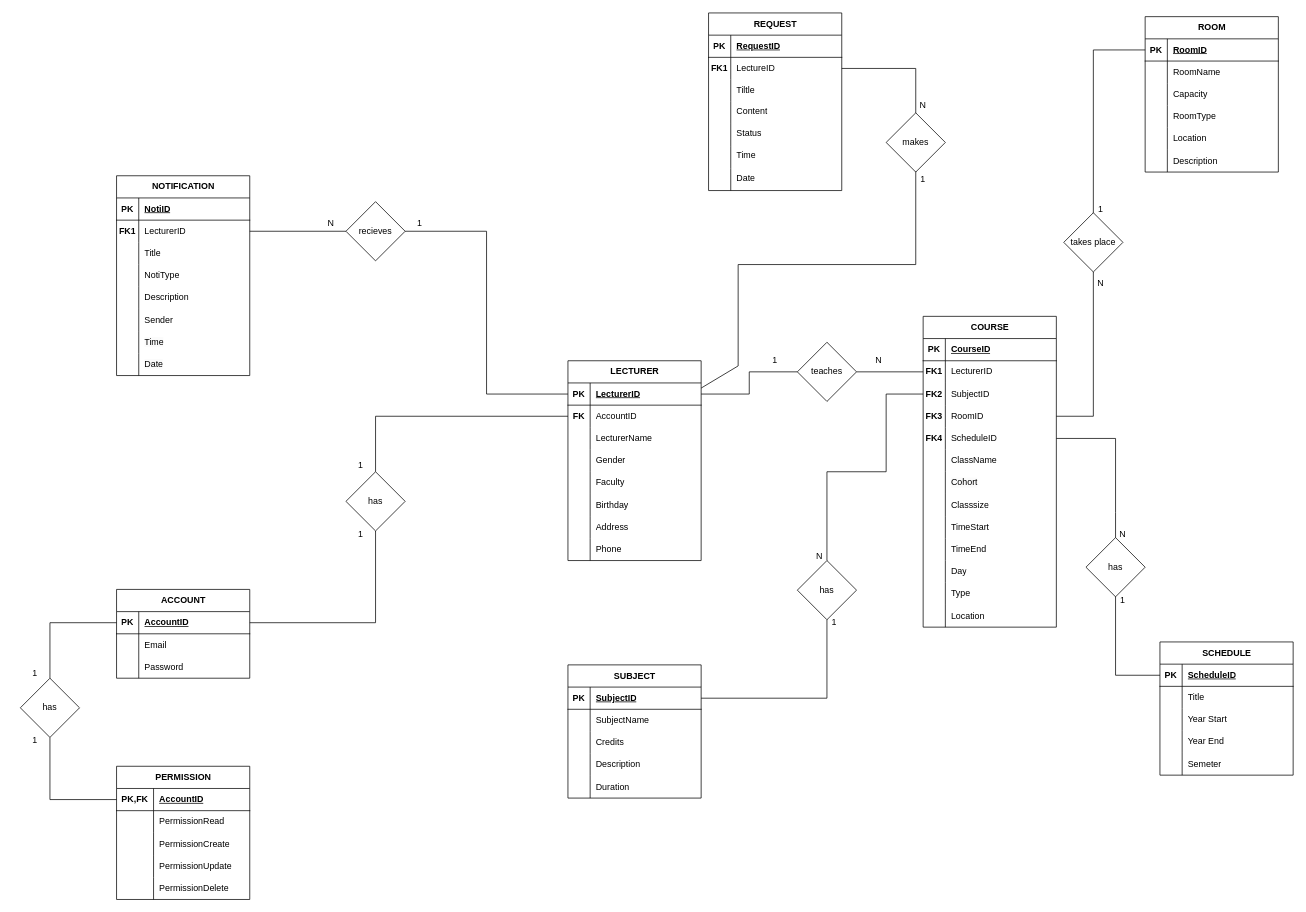
haovvv73/The-application-automatically-schedules-university-timetables keeps this draw.io diagram as page "database" (2 of 4) of schema/ERD (2).drawio. Above is the earlier version. Source tidied: cells renumbered, new cells numbered last; positions are measured from the earlier drawing's top-left corner, leaving out a move shared by most shapes. Both pictures are drawn from the tidied source at 74%, with x=0, y=0 at pixel (13, 13).
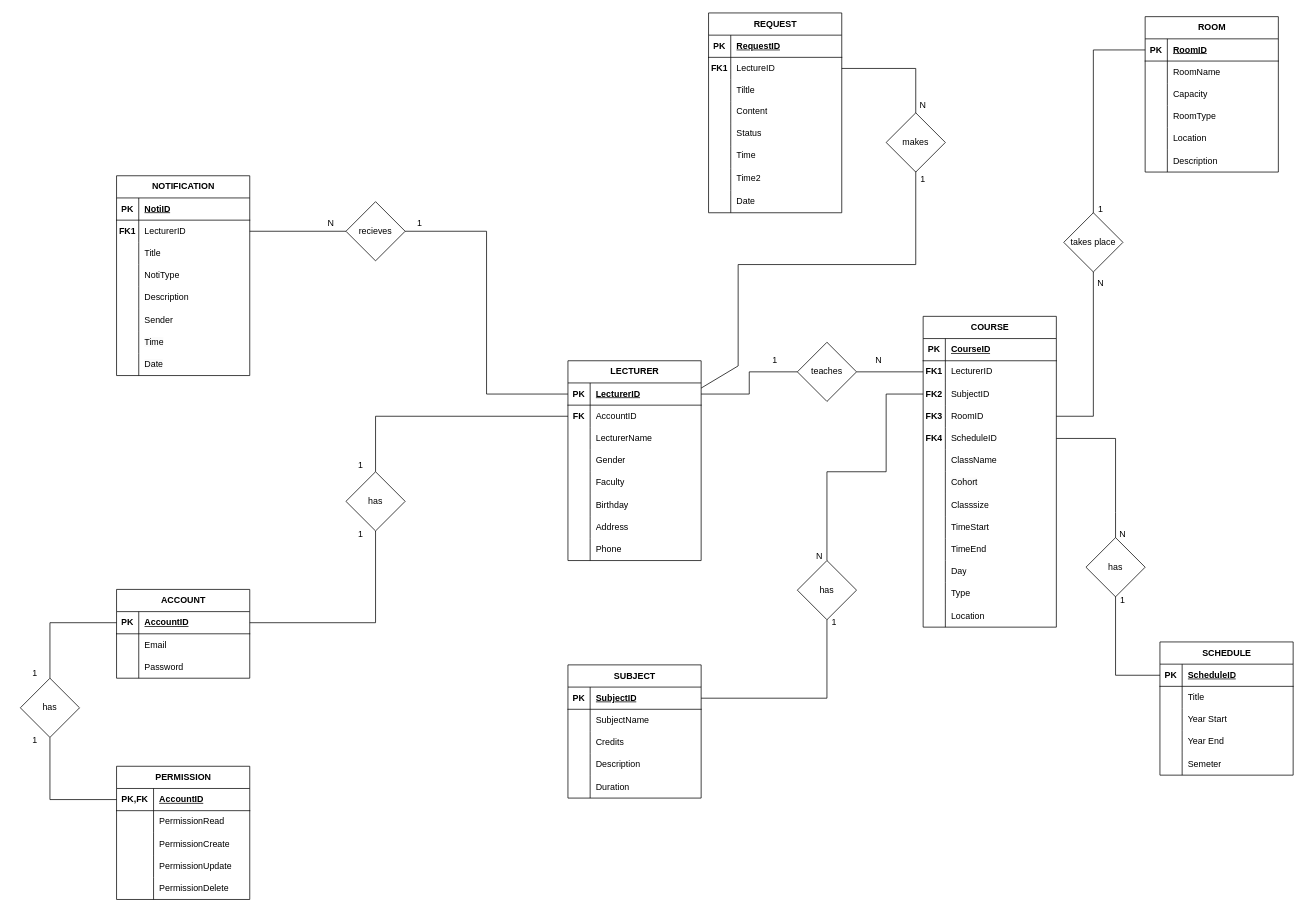
After the change.

Change to the diagram source:
```diff
@@
     <mxCell id="102" value="REQUEST" style="shape=table;startSize=30;childLayout=tableLayout;rowLines=0;fontStyle=1;align=center;html=1;" parent="1" vertex="1">
-      <mxGeometry x="940" width="180" height="240" as="geometry" />
+      <mxGeometry x="940" width="180" height="270" as="geometry" />
     </mxCell>
@@
+    <mxCell id="233" style="shape=tableRow;horizontal=0;startSize=0;swimlaneHead=0;swimlaneBody=0;fillColor=none;top=0;left=0;right=0;bottom=0;" parent="102" vertex="1">
+      <mxGeometry y="210" width="180" height="30" as="geometry" />
+    </mxCell>
+    <mxCell id="234" style="shape=partialRectangle;fillColor=none;top=0;left=0;bottom=0;right=0;overflow=hidden;whiteSpace=wrap;html=1;" parent="233" vertex="1">
+      <mxGeometry width="30" height="30" as="geometry" />
+    </mxCell>
+    <mxCell id="235" style="shape=partialRectangle;fillColor=none;top=0;left=0;bottom=0;right=0;align=left;spacingLeft=6;overflow=hidden;whiteSpace=wrap;html=1;" parent="233" vertex="1">
+      <mxGeometry x="30" width="150" height="30" as="geometry" />
+    </mxCell>
     <mxCell id="121" style="shape=tableRow;horizontal=0;startSize=0;swimlaneHead=0;swimlaneBody=0;fillColor=none;top=0;left=0;right=0;bottom=0;" parent="102" vertex="1">
-      <mxGeometry y="210" width="180" height="30" as="geometry" />
+      <mxGeometry y="240" width="180" height="30" as="geometry" />
     </mxCell>
@@
-    <mxCell id="123" style="shape=partialRectangle;fillColor=none;top=0;left=0;bottom=0;right=0;align=left;spacingLeft=6;overflow=hidden;whiteSpace=wrap;html=1;" parent="121" vertex="1">
+    <mxCell id="123" value="Date" style="shape=partialRectangle;fillColor=none;top=0;left=0;bottom=0;right=0;align=left;spacingLeft=6;overflow=hidden;whiteSpace=wrap;html=1;" parent="121" vertex="1">
       <mxGeometry x="30" width="150" height="30" as="geometry" />
     </mxCell>
@@
-    <mxCell id="162" value="Date" style="shape=partialRectangle;fillColor=none;top=0;left=0;bottom=0;right=0;align=left;spacingLeft=6;overflow=hidden;whiteSpace=wrap;html=1;" parent="1" vertex="1">
+    <mxCell id="162" value="Time2" style="shape=partialRectangle;fillColor=none;top=0;left=0;bottom=0;right=0;align=left;spacingLeft=6;overflow=hidden;whiteSpace=wrap;html=1;" parent="1" vertex="1">
       <mxGeometry x="970" y="208" width="150" height="30" as="geometry" />
     </mxCell>
```
